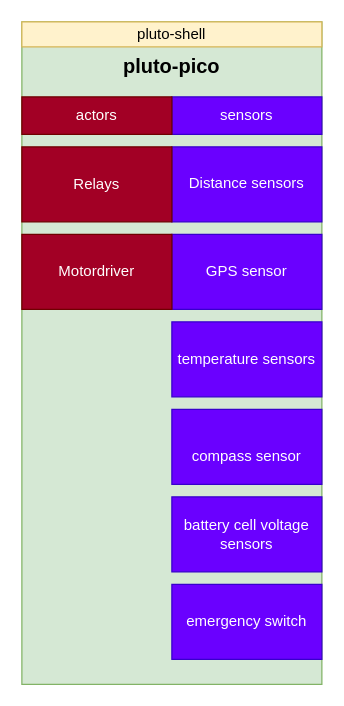
Earlier version of the draw.io diagram page "Pluto-pico" (2 of 3) of docs/pluto_pico.drawio (jruelli/pluto_docu). Source tidied: cells renumbered, new cells numbered last; positions are measured from the earlier drawing's top-left corner, leaving out a move shared by most shapes. Both pictures are drawn from the tidied source at 125%, with x=0, y=0 at pixel (21, 21).
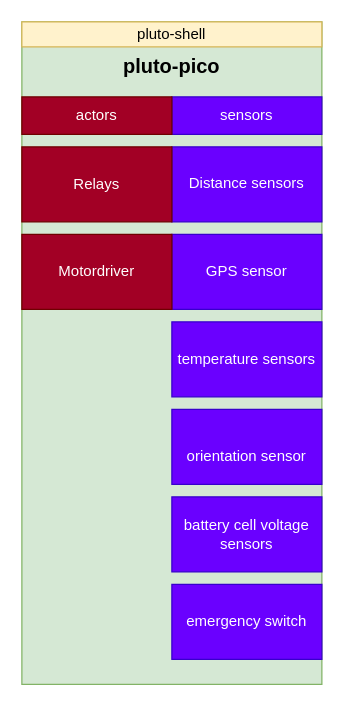
The same diagram, later.

Commit message (it also covers changes not shown here):
replace compass sensor with bno055

What changed in the source:
```diff
@@
 <mxGraphModel>
   <root>
     <mxCell id="0" />
     <mxCell id="1" parent="0" />
     <mxCell id="2" style="rounded=0;whiteSpace=wrap;html=1;fontSize=12;fillColor=#d5e8d4;strokeColor=#82b366;verticalAlign=middle;" parent="1" vertex="1">
       <mxGeometry width="240" height="530" as="geometry" />
     </mxCell>
     <mxCell id="3" value="&lt;b&gt;&lt;font style=&quot;font-size: 16px;&quot;&gt;pluto-pico&lt;/font&gt;&lt;/b&gt;" style="text;html=1;strokeColor=none;fillColor=none;align=center;verticalAlign=middle;whiteSpace=wrap;rounded=0;" parent="1" vertex="1">
       <mxGeometry x="80" y="20" width="80" height="30" as="geometry" />
     </mxCell>
     <mxCell id="4" value="sensors" style="rounded=0;whiteSpace=wrap;html=1;fontSize=12;fillColor=#6a00ff;strokeColor=#3700CC;fontColor=#ffffff;" parent="1" vertex="1">
       <mxGeometry x="120" y="60" width="120" height="30" as="geometry" />
     </mxCell>
     <mxCell id="5" value="actors" style="rounded=0;whiteSpace=wrap;html=1;fontSize=12;fillColor=#a20025;fontColor=#ffffff;strokeColor=#6F0000;" parent="1" vertex="1">
       <mxGeometry y="60" width="120" height="30" as="geometry" />
     </mxCell>
     <mxCell id="6" value="&lt;font style=&quot;font-size: 12px;&quot;&gt;pluto-shell&lt;/font&gt;" style="rounded=0;whiteSpace=wrap;html=1;fontSize=12;fillColor=#fff2cc;strokeColor=#d6b656;" parent="1" vertex="1">
       <mxGeometry width="240" height="20" as="geometry" />
     </mxCell>
     <mxCell id="7" value="&lt;br&gt;Distance sensors&lt;br&gt;&lt;h1 class=&quot;product-meta__title heading h1&quot;&gt;&lt;/h1&gt;" style="rounded=0;whiteSpace=wrap;html=1;fillColor=#6a00ff;strokeColor=#3700CC;fontColor=#ffffff;" parent="1" vertex="1">
       <mxGeometry x="120" y="100" width="120" height="60" as="geometry" />
     </mxCell>
     <mxCell id="8" value="GPS sensor" style="rounded=0;whiteSpace=wrap;html=1;fillColor=#6a00ff;strokeColor=#3700CC;fontColor=#ffffff;" parent="1" vertex="1">
       <mxGeometry x="120" y="170" width="120" height="60" as="geometry" />
     </mxCell>
     <mxCell id="9" value="temperature sensors" style="rounded=0;whiteSpace=wrap;html=1;fillColor=#6a00ff;strokeColor=#3700CC;fontColor=#ffffff;" parent="1" vertex="1">
       <mxGeometry x="120" y="240" width="120" height="60" as="geometry" />
     </mxCell>
-    <mxCell id="10" value="&lt;div class=&quot;line-block&quot;&gt;&lt;br&gt;&lt;div class=&quot;line&quot;&gt;compass sensor&lt;/div&gt;&lt;/div&gt;" style="rounded=0;whiteSpace=wrap;html=1;fillColor=#6a00ff;strokeColor=#3700CC;fontColor=#ffffff;" parent="1" vertex="1">
+    <mxCell id="10" value="&lt;div class=&quot;line-block&quot;&gt;&lt;br&gt;&lt;div class=&quot;line&quot;&gt;orientation sensor&lt;/div&gt;&lt;/div&gt;" style="rounded=0;whiteSpace=wrap;html=1;fillColor=#6a00ff;strokeColor=#3700CC;fontColor=#ffffff;" parent="1" vertex="1">
       <mxGeometry x="120" y="310" width="120" height="60" as="geometry" />
     </mxCell>
     <mxCell id="11" value="&lt;div class=&quot;line-block&quot;&gt;battery cell voltage sensors&lt;/div&gt;" style="rounded=0;whiteSpace=wrap;html=1;fillColor=#6a00ff;strokeColor=#3700CC;fontColor=#ffffff;" parent="1" vertex="1">
       <mxGeometry x="120" y="380" width="120" height="60" as="geometry" />
     </mxCell>
     <mxCell id="12" value="&lt;div class=&quot;line-block&quot;&gt;emergency switch&lt;/div&gt;" style="rounded=0;whiteSpace=wrap;html=1;fillColor=#6a00ff;strokeColor=#3700CC;fontColor=#ffffff;" parent="1" vertex="1">
       <mxGeometry x="120" y="450" width="120" height="60" as="geometry" />
     </mxCell>
     <mxCell id="13" value="Motordriver" style="rounded=0;whiteSpace=wrap;html=1;fillColor=#a20025;fontColor=#ffffff;strokeColor=#6F0000;" parent="1" vertex="1">
       <mxGeometry y="170" width="120" height="60" as="geometry" />
     </mxCell>
     <mxCell id="14" value="Relays" style="rounded=0;whiteSpace=wrap;html=1;fillColor=#a20025;fontColor=#ffffff;strokeColor=#6F0000;" parent="1" vertex="1">
       <mxGeometry y="100" width="120" height="60" as="geometry" />
     </mxCell>
   </root>
 </mxGraphModel>
```
